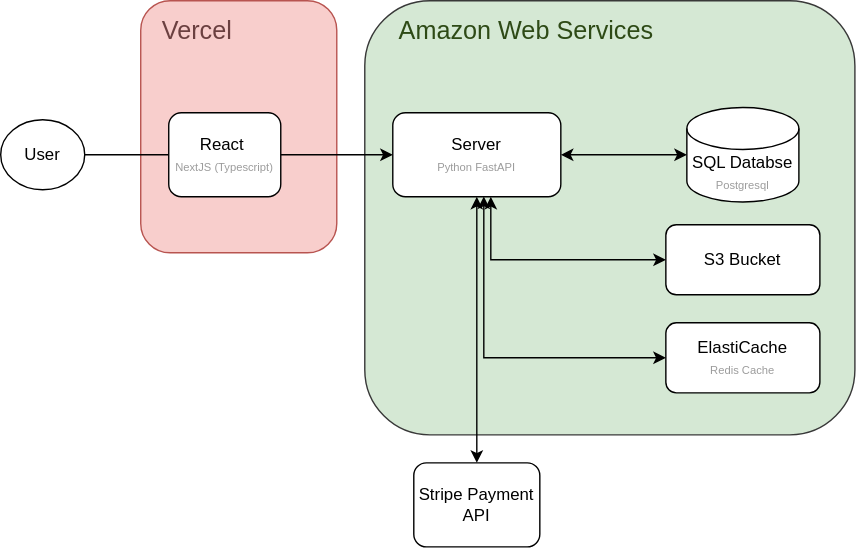
firozt/portfolio keeps this draw.io diagram as public/static/thescene.sysdiagram.svg. Above is the earlier version. Source tidied: cells renumbered, new cells last; positions are measured from the earlier drawing's top-left corner, leaving out a move shared by most shapes.
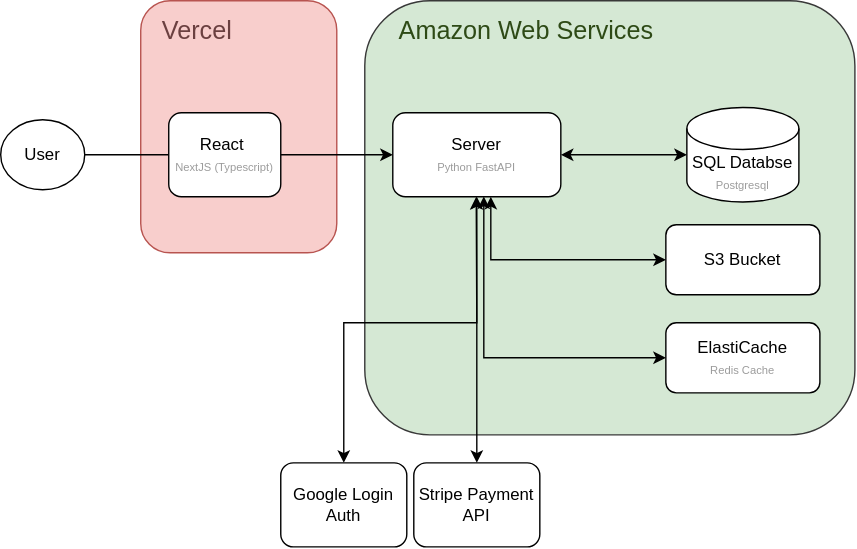
After the commit.

The edit, as a diff of the source:
```diff
@@ -65,5 +65,17 @@
         </Array>
       </mxGeometry>
     </mxCell>
+    <mxCell id="19" style="endArrow=classic;startArrow=classic;html=1;rounded=0;entryX=0.5;entryY=1;entryDx=0;entryDy=0;exitX=0.5;exitY=0;exitDx=0;exitDy=0;" parent="1" edge="1" source="20">
+      <mxGeometry relative="1" as="geometry">
+        <mxPoint x="339.6" y="140" as="targetPoint" />
+        <Array as="points">
+          <mxPoint x="245" y="230" />
+          <mxPoint x="340" y="230" />
+        </Array>
+      </mxGeometry>
+    </mxCell>
+    <mxCell id="20" value="Google Login Auth" style="rounded=1;whiteSpace=wrap;html=1;" parent="1" vertex="1">
+      <mxGeometry x="200" y="330" width="90" height="60" as="geometry" />
+    </mxCell>
   </root>
 </mxGraphModel>
```
